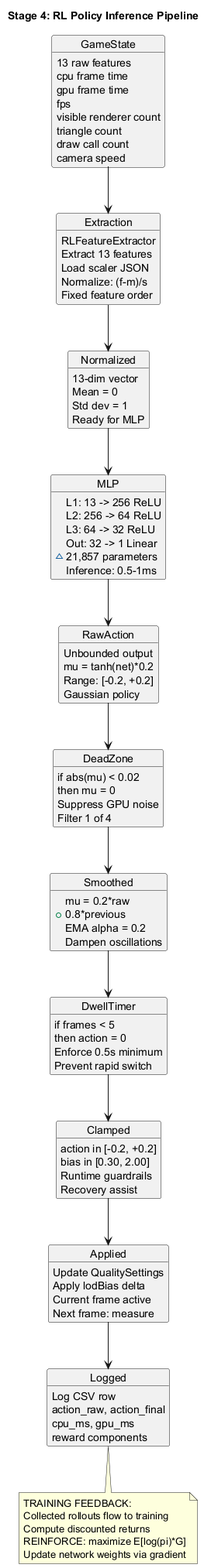
The PlantUML diagram ml_pipeline/Diagram/Stage_4/Stage_4_InferenceFlowDetailed.png in Silent0Wings/neural-lod, before a commit. Source of this version:
```plantuml
@startuml Stage_4_InferenceFlowDetailed

title Stage 4: RL Policy Inference Pipeline

object GameState
object Extraction
object Normalized
object MLP
object RawAction
object DeadZone
object Smoothed
object DwellTimer
object Clamped
object Applied
object Logged

GameState : 13 raw features
GameState : cpu frame time
GameState : gpu frame time
GameState : fps
GameState : visible renderer count
GameState : triangle count
GameState : draw call count
GameState : camera speed

Extraction : RLFeatureExtractor
Extraction : Extract 13 features
Extraction : Load scaler JSON
Extraction : Normalize: (f-m)/s
Extraction : Fixed feature order

Normalized : 13-dim vector
Normalized : Mean = 0
Normalized : Std dev = 1
Normalized : Ready for MLP

MLP : L1: 13 -> 256 ReLU
MLP : L2: 256 -> 64 ReLU
MLP : L3: 64 -> 32 ReLU
MLP : Out: 32 -> 1 Linear
MLP : ~21,857 parameters
MLP : Inference: 0.5-1ms

RawAction : Unbounded output
RawAction : mu = tanh(net)*0.2
RawAction : Range: [-0.2, +0.2]
RawAction : Gaussian policy

DeadZone : if abs(mu) < 0.02
DeadZone : then mu = 0
DeadZone : Suppress GPU noise
DeadZone : Filter 1 of 4

Smoothed : mu = 0.2*raw
Smoothed : + 0.8*previous
Smoothed : EMA alpha = 0.2
Smoothed : Dampen oscillations

DwellTimer : if frames < 5
DwellTimer : then action = 0
DwellTimer : Enforce 0.5s minimum
DwellTimer : Prevent rapid switch

Clamped : action in [-0.2, +0.2]
Clamped : bias in [0.30, 2.00]
Clamped : Runtime guardrails
Clamped : Recovery assist

Applied : Update QualitySettings
Applied : Apply lodBias delta
Applied : Current frame active
Applied : Next frame: measure

Logged : Log CSV row
Logged : action_raw, action_final
Logged : cpu_ms, gpu_ms
Logged : reward components

GameState --> Extraction
Extraction --> Normalized
Normalized --> MLP
MLP --> RawAction
RawAction --> DeadZone
DeadZone --> Smoothed
Smoothed --> DwellTimer
DwellTimer --> Clamped
Clamped --> Applied
Applied --> Logged

note bottom of Logged
  TRAINING FEEDBACK:
  Collected rollouts flow to training
  Compute discounted returns
  REINFORCE: maximize E[log(pi)*G]
  Update network weights via gradient
end note

@enduml
```
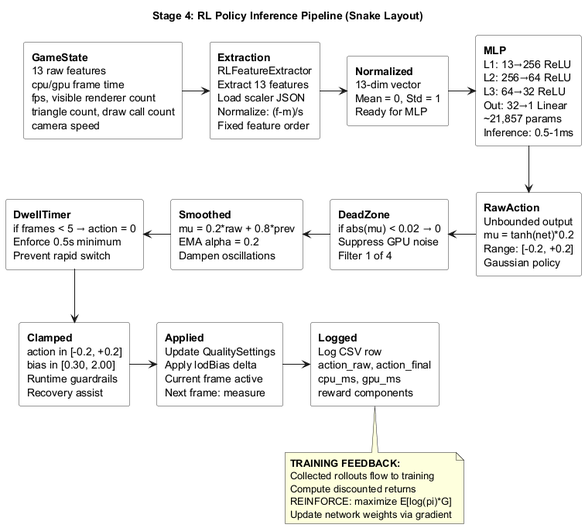
The same file after the commit.

Change to the diagram source:
```diff
@@ -1,94 +1,55 @@
 @startuml Stage_4_InferenceFlowDetailed
 
-title Stage 4: RL Policy Inference Pipeline
+title Stage 4: RL Policy Inference Pipeline (Snake Layout)
 
-object GameState
-object Extraction
-object Normalized
-object MLP
-object RawAction
-object DeadZone
-object Smoothed
-object DwellTimer
-object Clamped
-object Applied
-object Logged
+skinparam componentStyle rectangle
+skinparam defaultTextAlignment left
+skinparam component {
+  BackgroundColor #FAFAFA
+  BorderColor #333
+}
 
-GameState : 13 raw features
-GameState : cpu frame time
-GameState : gpu frame time
-GameState : fps
-GameState : visible renderer count
-GameState : triangle count
-GameState : draw call count
-GameState : camera speed
 
-Extraction : RLFeatureExtractor
-Extraction : Extract 13 features
-Extraction : Load scaler JSON
-Extraction : Normalize: (f-m)/s
-Extraction : Fixed feature order
+component "**GameState**\n13 raw features\ncpu/gpu frame time\nfps, visible renderer count\ntriangle count, draw call count\ncamera speed" as GameState
 
-Normalized : 13-dim vector
-Normalized : Mean = 0
-Normalized : Std dev = 1
-Normalized : Ready for MLP
+component "**Extraction**\nRLFeatureExtractor\nExtract 13 features\nLoad scaler JSON\nNormalize: (f-m)/s\nFixed feature order" as Extraction
 
-MLP : L1: 13 -> 256 ReLU
-MLP : L2: 256 -> 64 ReLU
-MLP : L3: 64 -> 32 ReLU
-MLP : Out: 32 -> 1 Linear
-MLP : ~21,857 parameters
-MLP : Inference: 0.5-1ms
+component "**Normalized**\n13-dim vector\nMean = 0, Std = 1\nReady for MLP" as Normalized
 
-RawAction : Unbounded output
-RawAction : mu = tanh(net)*0.2
-RawAction : Range: [-0.2, +0.2]
-RawAction : Gaussian policy
+component "**MLP**\nL1: 13→256 ReLU\nL2: 256→64 ReLU\nL3: 64→32 ReLU\nOut: 32→1 Linear\n~21,857 params\nInference: 0.5-1ms" as MLP
 
-DeadZone : if abs(mu) < 0.02
-DeadZone : then mu = 0
-DeadZone : Suppress GPU noise
-DeadZone : Filter 1 of 4
+component "**RawAction**\nUnbounded output\nmu = tanh(net)*0.2\nRange: [-0.2, +0.2]\nGaussian policy" as RawAction
 
-Smoothed : mu = 0.2*raw
-Smoothed : + 0.8*previous
-Smoothed : EMA alpha = 0.2
-Smoothed : Dampen oscillations
+component "**DeadZone**\nif abs(mu) < 0.02 → 0\nSuppress GPU noise\nFilter 1 of 4" as DeadZone
 
-DwellTimer : if frames < 5
-DwellTimer : then action = 0
-DwellTimer : Enforce 0.5s minimum
-DwellTimer : Prevent rapid switch
+component "**Smoothed**\nmu = 0.2*raw + 0.8*prev\nEMA alpha = 0.2\nDampen oscillations" as Smoothed
 
-Clamped : action in [-0.2, +0.2]
-Clamped : bias in [0.30, 2.00]
-Clamped : Runtime guardrails
-Clamped : Recovery assist
+component "**DwellTimer**\nif frames < 5 → action = 0\nEnforce 0.5s minimum\nPrevent rapid switch" as DwellTimer
 
-Applied : Update QualitySettings
-Applied : Apply lodBias delta
-Applied : Current frame active
-Applied : Next frame: measure
+component "**Clamped**\naction in [-0.2, +0.2]\nbias in [0.30, 2.00]\nRuntime guardrails\nRecovery assist" as Clamped
 
-Logged : Log CSV row
-Logged : action_raw, action_final
-Logged : cpu_ms, gpu_ms
-Logged : reward components
+component "**Applied**\nUpdate QualitySettings\nApply lodBias delta\nCurrent frame active\nNext frame: measure" as Applied
 
-GameState --> Extraction
-Extraction --> Normalized
-Normalized --> MLP
-MLP --> RawAction
-RawAction --> DeadZone
-DeadZone --> Smoothed
-Smoothed --> DwellTimer
-DwellTimer --> Clamped
-Clamped --> Applied
-Applied --> Logged
+component "**Logged**\nLog CSV row\naction_raw, action_final\ncpu_ms, gpu_ms\nreward components" as Logged
+
+
+GameState -r-> Extraction
+Extraction -r-> Normalized
+Normalized -r-> MLP
+
+MLP -d-> RawAction
+
+RawAction -l-> DeadZone
+DeadZone -l-> Smoothed
+Smoothed -l-> DwellTimer
+
+DwellTimer -d-> Clamped
+
+Clamped -r-> Applied
+Applied -r-> Logged
 
 note bottom of Logged
-  TRAINING FEEDBACK:
+  **TRAINING FEEDBACK:**
   Collected rollouts flow to training
   Compute discounted returns
   REINFORCE: maximize E[log(pi)*G]
```
